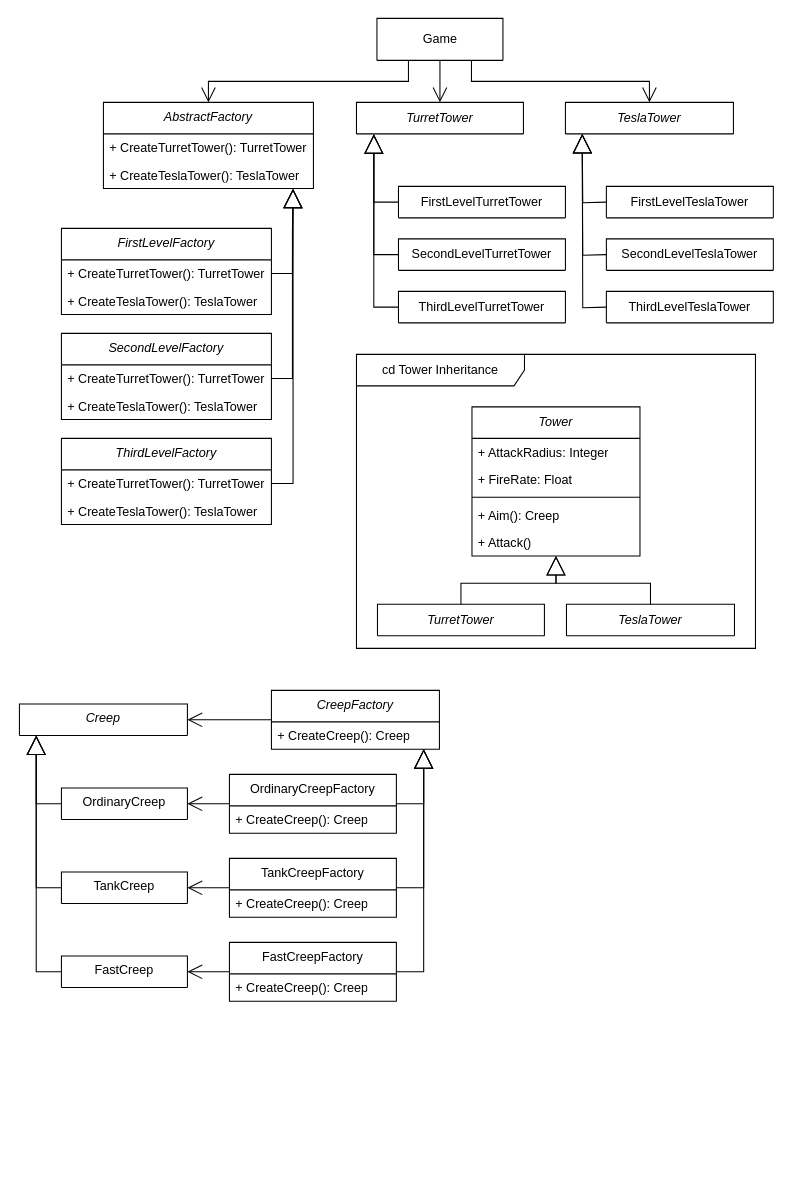
Before: lab01/OOAD-2_Lab-1.drawio in seanslinder/OOAD-2, a draw.io diagram. Source tidied: cells renumbered, new cells numbered last; positions are measured from the earlier drawing's top-left corner, leaving out a move shared by most shapes. Both pictures are drawn from the tidied source at 105%, with x=0, y=0 at pixel (19, 18).
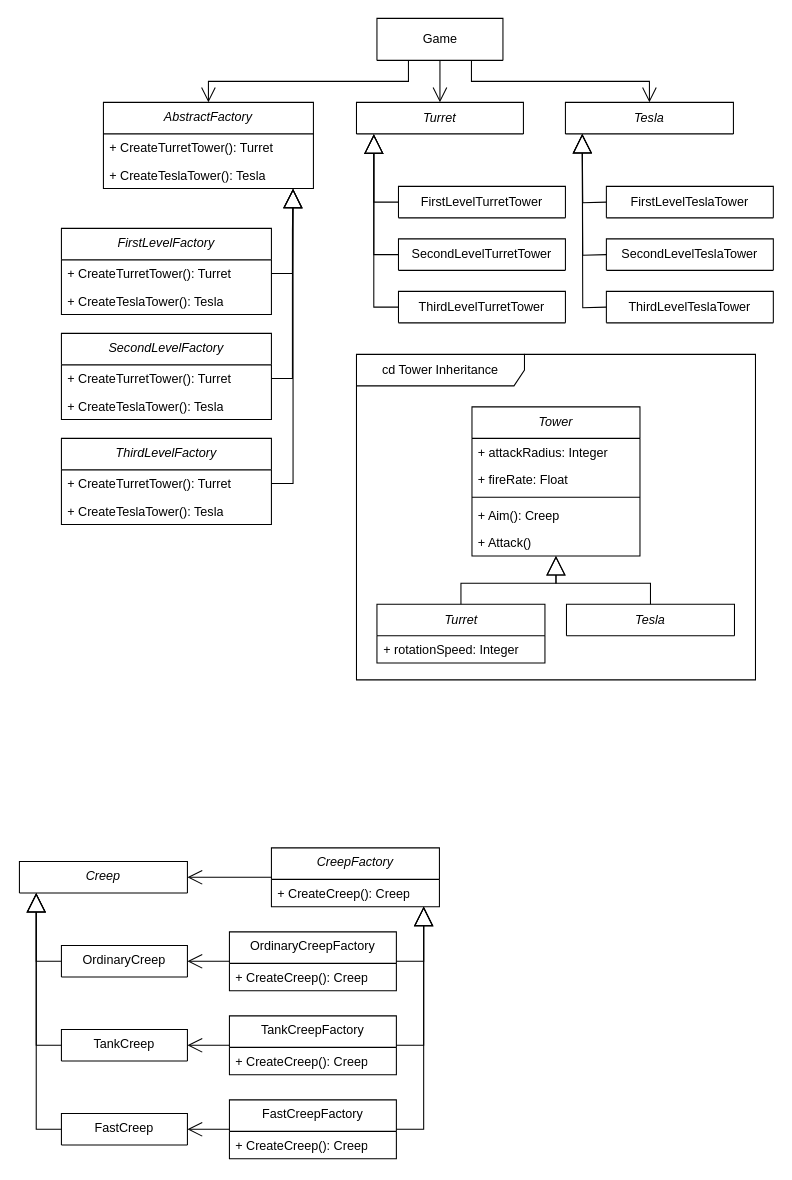
After the change.

The change refers to these unchanged cells:
```xml
<mxCell id="3" value="&lt;span style=&quot;font-weight: normal;&quot;&gt;&lt;i&gt;AbstractFactory&lt;/i&gt;&lt;/span&gt;" style="swimlane;fontStyle=1;align=center;verticalAlign=top;horizontal=1;startSize=30;whiteSpace=wrap;html=1;" parent="1" vertex="1">
  <mxGeometry x="80" y="80" width="200" height="82" as="geometry" />
</mxCell>
<mxCell id="23" value="&lt;span style=&quot;font-weight: normal;&quot;&gt;&lt;i&gt;FirstLevelFactory&lt;/i&gt;&lt;/span&gt;" style="swimlane;fontStyle=1;align=center;verticalAlign=top;horizontal=1;startSize=30;whiteSpace=wrap;html=1;" parent="1" vertex="1">
  <mxGeometry x="40" y="200" width="200" height="82" as="geometry" />
</mxCell>
<mxCell id="26" value="&lt;span style=&quot;font-weight: normal;&quot;&gt;&lt;i&gt;SecondLevelFactory&lt;/i&gt;&lt;/span&gt;" style="swimlane;fontStyle=1;align=center;verticalAlign=top;horizontal=1;startSize=30;whiteSpace=wrap;html=1;" parent="1" vertex="1">
  <mxGeometry x="40" y="300" width="200" height="82" as="geometry" />
</mxCell>
<mxCell id="31" value="&lt;span style=&quot;font-weight: normal;&quot;&gt;&lt;i&gt;ThirdLevelFactory&lt;/i&gt;&lt;/span&gt;" style="swimlane;fontStyle=1;align=center;verticalAlign=top;horizontal=1;startSize=30;whiteSpace=wrap;html=1;" parent="1" vertex="1">
  <mxGeometry x="40" y="400" width="200" height="82" as="geometry" />
</mxCell>
<mxCell id="35" value="&lt;i&gt;Tower&lt;/i&gt;" style="swimlane;fontStyle=0;horizontal=1;startSize=30;fillColor=none;whiteSpace=wrap;html=1;" parent="1" vertex="1">
  <mxGeometry x="431" y="370" width="160" height="142" as="geometry" />
</mxCell>
```

Change to the diagram source:
```diff
@@
-    <mxCell id="4" value="+ CreateTurretTower(): TurretTower" style="text;strokeColor=none;fillColor=none;align=left;verticalAlign=top;spacingLeft=4;spacingRight=4;overflow=hidden;whiteSpace=wrap;html=1;" parent="3" vertex="1">
+    <mxCell id="4" value="+ CreateTurretTower(): Turret" style="text;strokeColor=none;fillColor=none;align=left;verticalAlign=top;spacingLeft=4;spacingRight=4;overflow=hidden;whiteSpace=wrap;html=1;" parent="3" vertex="1">
       <mxGeometry y="30" width="200" height="26" as="geometry" />
     </mxCell>
-    <mxCell id="5" value="+ CreateTeslaTower(): TeslaTower" style="text;strokeColor=none;fillColor=none;align=left;verticalAlign=top;spacingLeft=4;spacingRight=4;overflow=hidden;points=[[0,0.5],[1,0.5]];portConstraint=eastwest;whiteSpace=wrap;html=1;" parent="3" vertex="1">
+    <mxCell id="5" value="+ CreateTeslaTower(): Tesla" style="text;strokeColor=none;fillColor=none;align=left;verticalAlign=top;spacingLeft=4;spacingRight=4;overflow=hidden;points=[[0,0.5],[1,0.5]];portConstraint=eastwest;whiteSpace=wrap;html=1;" parent="3" vertex="1">
       <mxGeometry y="56" width="200" height="26" as="geometry" />
     </mxCell>
-    <mxCell id="6" value="&lt;i&gt;TurretTower&lt;/i&gt;" style="swimlane;fontStyle=0;horizontal=1;startSize=40;fillColor=none;whiteSpace=wrap;html=1;" parent="1" vertex="1">
+    <mxCell id="6" value="&lt;i&gt;Turret&lt;/i&gt;" style="swimlane;fontStyle=0;horizontal=1;startSize=40;fillColor=none;whiteSpace=wrap;html=1;" parent="1" vertex="1">
       <mxGeometry x="321" y="80" width="159" height="30" as="geometry" />
     </mxCell>
-    <mxCell id="7" value="&lt;i&gt;TeslaTower&lt;/i&gt;" style="swimlane;fontStyle=0;horizontal=1;startSize=40;fillColor=none;whiteSpace=wrap;html=1;" parent="1" vertex="1">
+    <mxCell id="7" value="&lt;i&gt;Tesla&lt;/i&gt;" style="swimlane;fontStyle=0;horizontal=1;startSize=40;fillColor=none;whiteSpace=wrap;html=1;" parent="1" vertex="1">
       <mxGeometry x="520" y="80" width="160" height="30" as="geometry" />
     </mxCell>
@@
-    <mxCell id="24" value="+ CreateTurretTower(): TurretTower" style="text;strokeColor=none;fillColor=none;align=left;verticalAlign=top;spacingLeft=4;spacingRight=4;overflow=hidden;whiteSpace=wrap;html=1;" parent="23" vertex="1">
+    <mxCell id="24" value="+ CreateTurretTower(): Turret" style="text;strokeColor=none;fillColor=none;align=left;verticalAlign=top;spacingLeft=4;spacingRight=4;overflow=hidden;whiteSpace=wrap;html=1;" parent="23" vertex="1">
       <mxGeometry y="30" width="200" height="26" as="geometry" />
     </mxCell>
-    <mxCell id="25" value="+ CreateTeslaTower(): TeslaTower" style="text;strokeColor=none;fillColor=none;align=left;verticalAlign=top;spacingLeft=4;spacingRight=4;overflow=hidden;whiteSpace=wrap;html=1;" parent="23" vertex="1">
+    <mxCell id="25" value="+ CreateTeslaTower(): Tesla" style="text;strokeColor=none;fillColor=none;align=left;verticalAlign=top;spacingLeft=4;spacingRight=4;overflow=hidden;whiteSpace=wrap;html=1;" parent="23" vertex="1">
       <mxGeometry y="56" width="200" height="26" as="geometry" />
     </mxCell>
@@
-    <mxCell id="27" value="+ CreateTurretTower(): TurretTower" style="text;strokeColor=none;fillColor=none;align=left;verticalAlign=top;spacingLeft=4;spacingRight=4;overflow=hidden;whiteSpace=wrap;html=1;" parent="26" vertex="1">
+    <mxCell id="27" value="+ CreateTurretTower(): Turret" style="text;strokeColor=none;fillColor=none;align=left;verticalAlign=top;spacingLeft=4;spacingRight=4;overflow=hidden;whiteSpace=wrap;html=1;" parent="26" vertex="1">
       <mxGeometry y="30" width="200" height="26" as="geometry" />
     </mxCell>
-    <mxCell id="28" value="+ CreateTeslaTower(): TeslaTower" style="text;strokeColor=none;fillColor=none;align=left;verticalAlign=top;spacingLeft=4;spacingRight=4;overflow=hidden;whiteSpace=wrap;html=1;" parent="26" vertex="1">
+    <mxCell id="28" value="+ CreateTeslaTower(): Tesla" style="text;strokeColor=none;fillColor=none;align=left;verticalAlign=top;spacingLeft=4;spacingRight=4;overflow=hidden;whiteSpace=wrap;html=1;" parent="26" vertex="1">
       <mxGeometry y="56" width="200" height="26" as="geometry" />
     </mxCell>
@@
-    <mxCell id="32" value="+ CreateTurretTower(): TurretTower" style="text;strokeColor=none;fillColor=none;align=left;verticalAlign=top;spacingLeft=4;spacingRight=4;overflow=hidden;whiteSpace=wrap;html=1;" parent="31" vertex="1">
+    <mxCell id="32" value="+ CreateTurretTower(): Turret" style="text;strokeColor=none;fillColor=none;align=left;verticalAlign=top;spacingLeft=4;spacingRight=4;overflow=hidden;whiteSpace=wrap;html=1;" parent="31" vertex="1">
       <mxGeometry y="30" width="200" height="26" as="geometry" />
     </mxCell>
-    <mxCell id="33" value="+ CreateTeslaTower(): TeslaTower" style="text;strokeColor=none;fillColor=none;align=left;verticalAlign=top;spacingLeft=4;spacingRight=4;overflow=hidden;whiteSpace=wrap;html=1;" parent="31" vertex="1">
+    <mxCell id="33" value="+ CreateTeslaTower(): Tesla" style="text;strokeColor=none;fillColor=none;align=left;verticalAlign=top;spacingLeft=4;spacingRight=4;overflow=hidden;whiteSpace=wrap;html=1;" parent="31" vertex="1">
       <mxGeometry y="56" width="200" height="26" as="geometry" />
     </mxCell>
@@
-    <mxCell id="36" value="+ AttackRadius: Integer" style="text;strokeColor=none;fillColor=none;align=left;verticalAlign=top;spacingLeft=4;spacingRight=4;overflow=hidden;whiteSpace=wrap;html=1;" parent="35" vertex="1">
+    <mxCell id="36" value="+ attackRadius: Integer" style="text;strokeColor=none;fillColor=none;align=left;verticalAlign=top;spacingLeft=4;spacingRight=4;overflow=hidden;whiteSpace=wrap;html=1;" parent="35" vertex="1">
       <mxGeometry y="30" width="160" height="26" as="geometry" />
     </mxCell>
-    <mxCell id="37" value="+ FireRate: Float" style="text;strokeColor=none;fillColor=none;align=left;verticalAlign=top;spacingLeft=4;spacingRight=4;overflow=hidden;whiteSpace=wrap;html=1;" parent="35" vertex="1">
+    <mxCell id="37" value="+ fireRate: Float" style="text;strokeColor=none;fillColor=none;align=left;verticalAlign=top;spacingLeft=4;spacingRight=4;overflow=hidden;whiteSpace=wrap;html=1;" parent="35" vertex="1">
       <mxGeometry y="56" width="160" height="26" as="geometry" />
     </mxCell>
@@
-    <mxCell id="41" style="endArrow=block;endSize=16;endFill=0;html=1;rounded=0;edgeStyle=orthogonalEdgeStyle;exitX=0.5;exitY=0;exitDx=0;exitDy=0;entryX=0.5;entryY=1;entryDx=0;entryDy=0;" parent="1" edge="1" source="43" target="35">
+    <mxCell id="41" style="endArrow=block;endSize=16;endFill=0;html=1;rounded=0;edgeStyle=orthogonalEdgeStyle;exitX=0.5;exitY=0;exitDx=0;exitDy=0;entryX=0.5;entryY=1;entryDx=0;entryDy=0;" parent="1" edge="1" source="68" target="35">
       <mxGeometry relative="1" as="geometry">
         <Array as="points">
-          <mxPoint x="430" y="538" />
-          <mxPoint x="500" y="538" />
+          <mxPoint x="421" y="538" />
+          <mxPoint x="511" y="538" />
         </Array>
       </mxGeometry>
     </mxCell>
@@
-    <mxCell id="43" value="&lt;i&gt;TurretTower&lt;/i&gt;" style="swimlane;fontStyle=0;horizontal=1;startSize=40;fillColor=none;whiteSpace=wrap;html=1;" parent="1" vertex="1">
-      <mxGeometry x="341" y="558" width="159" height="30" as="geometry" />
-    </mxCell>
-    <mxCell id="44" value="&lt;i&gt;TeslaTower&lt;/i&gt;" style="swimlane;fontStyle=0;horizontal=1;startSize=40;fillColor=none;whiteSpace=wrap;html=1;" parent="1" vertex="1">
+    <mxCell id="44" value="&lt;i&gt;Tesla&lt;/i&gt;" style="swimlane;fontStyle=0;horizontal=1;startSize=40;fillColor=none;whiteSpace=wrap;html=1;" parent="1" vertex="1">
       <mxGeometry x="521" y="558" width="160" height="30" as="geometry" />
     </mxCell>
     <mxCell id="45" value="cd Tower Inheritance" style="shape=umlFrame;whiteSpace=wrap;html=1;width=160;" parent="1" vertex="1">
-      <mxGeometry x="321" y="320" width="380" height="280" as="geometry" />
+      <mxGeometry x="321" y="320" width="380" height="310" as="geometry" />
     </mxCell>
+    <mxCell id="68" value="&lt;i&gt;Turret&lt;/i&gt;" style="swimlane;fontStyle=0;horizontal=1;startSize=30;fillColor=none;whiteSpace=wrap;html=1;" parent="45" vertex="1">
+      <mxGeometry x="19.5" y="238" width="160" height="56" as="geometry" />
+    </mxCell>
+    <mxCell id="69" value="+ rotationSpeed: Integer" style="text;strokeColor=none;fillColor=none;align=left;verticalAlign=top;spacingLeft=4;spacingRight=4;overflow=hidden;whiteSpace=wrap;html=1;" parent="68" vertex="1">
+      <mxGeometry y="30" width="160" height="26" as="geometry" />
+    </mxCell>
     <mxCell id="46" value="&lt;span style=&quot;font-weight: normal;&quot;&gt;&lt;i&gt;CreepFactory&lt;/i&gt;&lt;/span&gt;" style="swimlane;fontStyle=1;align=center;verticalAlign=top;horizontal=1;startSize=30;whiteSpace=wrap;html=1;" parent="1" vertex="1">
-      <mxGeometry x="240" y="640" width="160" height="56" as="geometry" />
+      <mxGeometry x="240" y="790" width="160" height="56" as="geometry" />
     </mxCell>
@@
     <mxCell id="48" value="&lt;span style=&quot;font-weight: normal;&quot;&gt;OrdinaryCreepFactory&lt;/span&gt;" style="swimlane;fontStyle=1;align=center;verticalAlign=top;horizontal=1;startSize=30;whiteSpace=wrap;html=1;" parent="1" vertex="1">
-      <mxGeometry x="200" y="720" width="159" height="56" as="geometry" />
+      <mxGeometry x="200" y="870" width="159" height="56" as="geometry" />
     </mxCell>
@@
     <mxCell id="50" value="&lt;span style=&quot;font-weight: normal;&quot;&gt;TankCreepFactory&lt;/span&gt;" style="swimlane;fontStyle=1;align=center;verticalAlign=top;horizontal=1;startSize=30;whiteSpace=wrap;html=1;" parent="1" vertex="1">
-      <mxGeometry x="200" y="800" width="159" height="56" as="geometry" />
+      <mxGeometry x="200" y="950" width="159" height="56" as="geometry" />
     </mxCell>
@@
     <mxCell id="52" value="&lt;span style=&quot;font-weight: normal;&quot;&gt;FastCreepFactory&lt;/span&gt;" style="swimlane;fontStyle=1;align=center;verticalAlign=top;horizontal=1;startSize=30;whiteSpace=wrap;html=1;" parent="1" vertex="1">
-      <mxGeometry x="200" y="880" width="159" height="56" as="geometry" />
+      <mxGeometry x="200" y="1030" width="159" height="56" as="geometry" />
     </mxCell>
@@
     <mxCell id="54" style="endArrow=block;endSize=16;endFill=0;html=1;rounded=0;entryX=0.903;entryY=1.01;entryDx=0;entryDy=0;exitX=1;exitY=0.5;exitDx=0;exitDy=0;edgeStyle=orthogonalEdgeStyle;entryPerimeter=0;" parent="1" edge="1" source="48">
       <mxGeometry relative="1" as="geometry">
-        <mxPoint x="385" y="696" as="targetPoint" />
+        <mxPoint x="385" y="846" as="targetPoint" />
         <Array as="points">
-          <mxPoint x="385" y="748" />
+          <mxPoint x="385" y="898" />
         </Array>
       </mxGeometry>
     </mxCell>
     <mxCell id="55" style="endArrow=block;endSize=16;endFill=0;html=1;rounded=0;entryX=0.903;entryY=1.01;entryDx=0;entryDy=0;exitX=1;exitY=0.5;exitDx=0;exitDy=0;edgeStyle=orthogonalEdgeStyle;entryPerimeter=0;" parent="1" edge="1" source="50">
       <mxGeometry relative="1" as="geometry">
-        <mxPoint x="385" y="696" as="targetPoint" />
+        <mxPoint x="385" y="846" as="targetPoint" />
         <Array as="points">
-          <mxPoint x="385" y="828" />
+          <mxPoint x="385" y="978" />
         </Array>
       </mxGeometry>
     </mxCell>
     <mxCell id="56" style="endArrow=block;endSize=16;endFill=0;html=1;rounded=0;entryX=0.903;entryY=1.01;entryDx=0;entryDy=0;exitX=1;exitY=0.5;exitDx=0;exitDy=0;edgeStyle=orthogonalEdgeStyle;entryPerimeter=0;" parent="1" edge="1" source="52">
       <mxGeometry relative="1" as="geometry">
-        <mxPoint x="385" y="696" as="targetPoint" />
+        <mxPoint x="385" y="846" as="targetPoint" />
         <Array as="points">
-          <mxPoint x="385" y="908" />
+          <mxPoint x="385" y="1058" />
         </Array>
       </mxGeometry>
     </mxCell>
     <mxCell id="57" value="&lt;span style=&quot;font-weight: normal;&quot;&gt;&lt;i&gt;Creep&lt;/i&gt;&lt;/span&gt;" style="swimlane;fontStyle=1;align=center;verticalAlign=top;horizontal=1;startSize=30;whiteSpace=wrap;html=1;" parent="1" vertex="1">
-      <mxGeometry y="653" width="160" height="30" as="geometry" />
+      <mxGeometry y="803" width="160" height="30" as="geometry" />
     </mxCell>
     <mxCell id="58" value="&lt;span style=&quot;font-weight: normal;&quot;&gt;OrdinaryCreep&lt;/span&gt;" style="swimlane;fontStyle=1;align=center;verticalAlign=top;horizontal=1;startSize=30;whiteSpace=wrap;html=1;" parent="1" vertex="1">
-      <mxGeometry x="40" y="733" width="120" height="30" as="geometry" />
+      <mxGeometry x="40" y="883" width="120" height="30" as="geometry" />
     </mxCell>
     <mxCell id="59" value="&lt;span style=&quot;font-weight: normal;&quot;&gt;TankCreep&lt;/span&gt;" style="swimlane;fontStyle=1;align=center;verticalAlign=top;horizontal=1;startSize=30;whiteSpace=wrap;html=1;" parent="1" vertex="1">
-      <mxGeometry x="40" y="813" width="120" height="30" as="geometry" />
+      <mxGeometry x="40" y="963" width="120" height="30" as="geometry" />
     </mxCell>
     <mxCell id="60" value="&lt;span style=&quot;font-weight: normal;&quot;&gt;FastCreep&lt;/span&gt;" style="swimlane;fontStyle=1;align=center;verticalAlign=top;horizontal=1;startSize=30;whiteSpace=wrap;html=1;" parent="1" vertex="1">
-      <mxGeometry x="40" y="893" width="120" height="30" as="geometry" />
+      <mxGeometry x="40" y="1043" width="120" height="30" as="geometry" />
     </mxCell>
@@
     <mxCell id="62" style="endArrow=block;endSize=16;endFill=0;html=1;rounded=0;entryX=0.903;entryY=1.01;entryDx=0;entryDy=0;exitX=0;exitY=0.5;exitDx=0;exitDy=0;edgeStyle=orthogonalEdgeStyle;entryPerimeter=0;" parent="1" edge="1" source="58">
       <mxGeometry relative="1" as="geometry">
-        <mxPoint x="16" y="683" as="targetPoint" />
+        <mxPoint x="16" y="833" as="targetPoint" />
         <Array as="points">
-          <mxPoint x="16" y="748" />
+          <mxPoint x="16" y="898" />
         </Array>
       </mxGeometry>
     </mxCell>
     <mxCell id="63" style="endArrow=block;endSize=16;endFill=0;html=1;rounded=0;entryX=0.903;entryY=1.01;entryDx=0;entryDy=0;exitX=0;exitY=0.5;exitDx=0;exitDy=0;edgeStyle=orthogonalEdgeStyle;entryPerimeter=0;" parent="1" edge="1" source="59">
       <mxGeometry relative="1" as="geometry">
-        <mxPoint x="16" y="683" as="targetPoint" />
+        <mxPoint x="16" y="833" as="targetPoint" />
         <Array as="points">
-          <mxPoint x="16" y="828" />
+          <mxPoint x="16" y="978" />
         </Array>
       </mxGeometry>
     </mxCell>
     <mxCell id="64" style="endArrow=block;endSize=16;endFill=0;html=1;rounded=0;entryX=0.903;entryY=1.01;entryDx=0;entryDy=0;exitX=0;exitY=0.5;exitDx=0;exitDy=0;edgeStyle=orthogonalEdgeStyle;entryPerimeter=0;" parent="1" edge="1" source="60">
       <mxGeometry relative="1" as="geometry">
-        <mxPoint x="16" y="683" as="targetPoint" />
+        <mxPoint x="16" y="833" as="targetPoint" />
         <Array as="points">
-          <mxPoint x="16" y="908" />
+          <mxPoint x="16" y="1058" />
         </Array>
       </mxGeometry>
     </mxCell>
```
